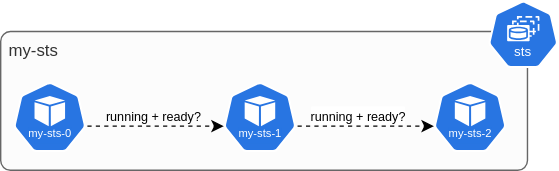
The draw.io diagram images/order-creation-sts.svg in Braundo/kubernetes-guide, before a commit. Source tidied: cells renumbered, new cells last; positions are measured from the earlier drawing's top-left corner, leaving out a move shared by most shapes.
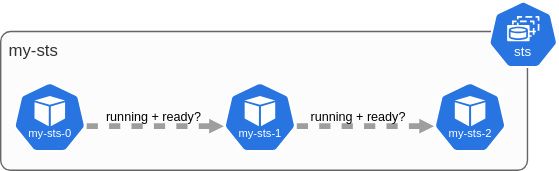
After the change.

Diff of the diagram source:
```diff
@@ -44,15 +44,15 @@
     <mxCell id="15" value="my-sts-0" style="text;html=1;align=center;verticalAlign=middle;whiteSpace=wrap;rounded=0;fontSize=8;labelBackgroundColor=#2775e2;fontColor=#FFFFFF;" parent="12" vertex="1">
       <mxGeometry x="9.5" y="29" width="33" height="15" as="geometry" />
     </mxCell>
-    <mxCell id="16" value="&lt;font style=&quot;font-size: 9px;&quot;&gt;running + ready?&lt;/font&gt;" style="edgeStyle=orthogonalEdgeStyle;rounded=0;jettySize=auto;html=1;exitX=0.995;exitY=0.63;exitDx=0;exitDy=0;exitPerimeter=0;entryX=0.005;entryY=0.63;entryDx=0;entryDy=0;entryPerimeter=0;fontColor=default;labelBackgroundColor=none;flowAnimation=1;strokeWidth=1;dashed=1;" parent="1" edge="1" source="13" target="9">
+    <mxCell id="16" value="&lt;font style=&quot;font-size: 9px;&quot;&gt;running + ready?&lt;/font&gt;" style="edgeStyle=orthogonalEdgeStyle;rounded=0;jettySize=auto;html=1;exitX=0.995;exitY=0.63;exitDx=0;exitDy=0;exitPerimeter=0;entryX=0.005;entryY=0.63;entryDx=0;entryDy=0;entryPerimeter=0;fontColor=default;labelBackgroundColor=none;flowAnimation=1;strokeWidth=4;endArrow=block;endFill=1;endSize=0;strokeColor=#9e9e9e;" parent="1" edge="1" source="13" target="9">
       <mxGeometry x="-0.02" y="9" relative="1" as="geometry">
         <mxPoint y="1" as="offset" />
       </mxGeometry>
     </mxCell>
-    <mxCell id="17" style="edgeStyle=orthogonalEdgeStyle;rounded=0;jettySize=auto;html=1;exitX=0.995;exitY=0.63;exitDx=0;exitDy=0;exitPerimeter=0;entryX=0.005;entryY=0.63;entryDx=0;entryDy=0;entryPerimeter=0;fontColor=default;labelBackgroundColor=none;flowAnimation=1;strokeWidth=1;dashed=1;" parent="1" edge="1" source="9" target="5">
+    <mxCell id="17" style="edgeStyle=orthogonalEdgeStyle;rounded=0;jettySize=auto;html=1;exitX=0.995;exitY=0.63;exitDx=0;exitDy=0;exitPerimeter=0;entryX=0.005;entryY=0.63;entryDx=0;entryDy=0;entryPerimeter=0;fontColor=default;labelBackgroundColor=none;flowAnimation=1;strokeWidth=4;endArrow=block;endFill=1;endSize=0;strokeColor=#9e9e9e;" parent="1" edge="1" source="9" target="5">
       <mxGeometry relative="1" as="geometry" />
     </mxCell>
-    <mxCell id="18" value="&lt;span style=&quot;font-size: 9px;&quot;&gt;running + ready?&lt;/span&gt;" style="edgeLabel;html=1;align=center;verticalAlign=middle;" parent="17" vertex="1">
+    <mxCell id="18" value="&lt;span style=&quot;font-size: 9px;&quot;&gt;running + ready?&lt;/span&gt;" style="edgeLabel;html=1;align=center;verticalAlign=middle;labelBackgroundColor=none;" parent="17" vertex="1">
       <mxGeometry x="-0.26" y="1" relative="1" as="geometry">
         <mxPoint x="7" y="-7" as="offset" />
       </mxGeometry>
```
